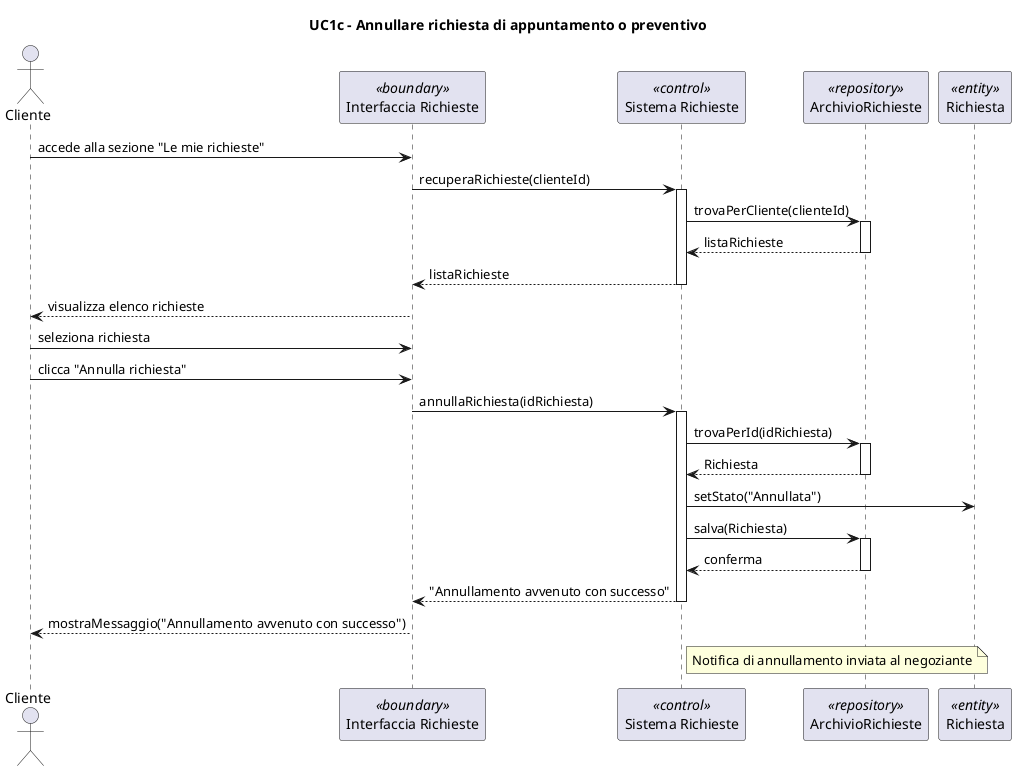
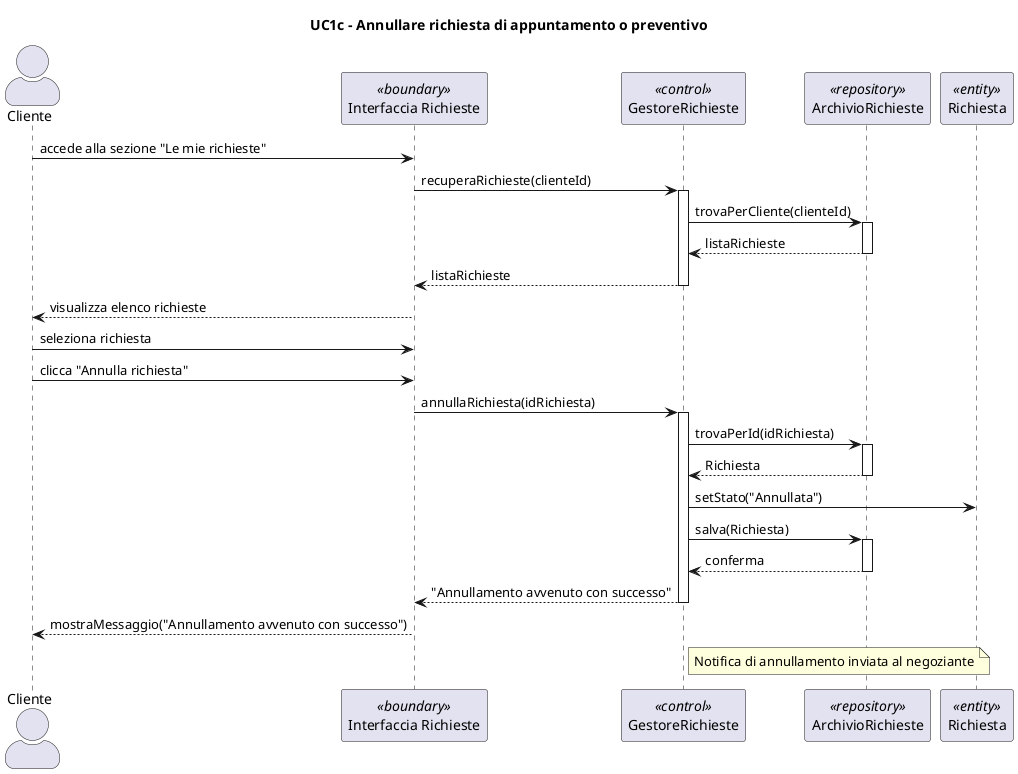
@startuml
+ 
+ skinparam actorStyle awesome
title UC1c - Annullare richiesta di appuntamento o preventivo

actor Cliente
participant "Interfaccia Richieste" as UI <<boundary>>
- participant "Sistema Richieste" as S <<control>>
+ participant "GestoreRichieste" as S <<control>>
participant "ArchivioRichieste" as Repo <<repository>>
participant "Richiesta" as R <<entity>>

Cliente -> UI : accede alla sezione "Le mie richieste"
UI -> S : recuperaRichieste(clienteId)
activate S

S -> Repo : trovaPerCliente(clienteId)
activate Repo
Repo --> S : listaRichieste
deactivate Repo

S --> UI : listaRichieste
deactivate S
UI --> Cliente : visualizza elenco richieste

Cliente -> UI : seleziona richiesta
Cliente -> UI : clicca "Annulla richiesta"
UI -> S : annullaRichiesta(idRichiesta)
activate S

S -> Repo : trovaPerId(idRichiesta)
activate Repo
Repo --> S : Richiesta
deactivate Repo

S -> R : setStato("Annullata")

S -> Repo : salva(Richiesta)
activate Repo
Repo --> S : conferma
deactivate Repo

S --> UI : "Annullamento avvenuto con successo"
deactivate S

UI --> Cliente : mostraMessaggio("Annullamento avvenuto con successo")

note right of S
Notifica di annullamento inviata al negoziante
end note

@enduml
